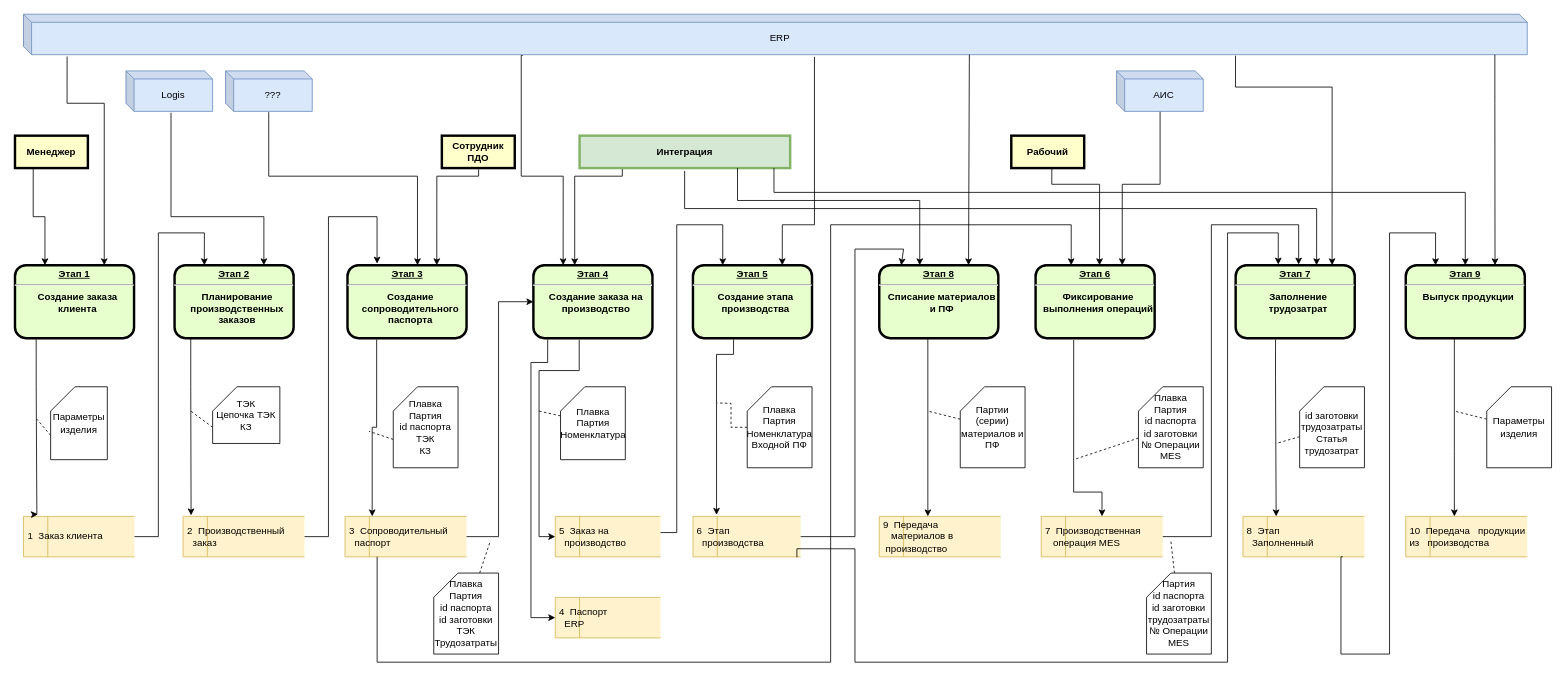
Before: VSMPO/models/Интеграция_ERP_АИС_DFD.drawio in sashok74/Rarus, a draw.io diagram. Source tidied: cells renumbered, new cells numbered last; positions are measured from the earlier drawing's top-left corner, leaving out a move shared by most shapes. Both pictures are drawn from the tidied source at 81%, with x=0, y=0 at pixel (15, 14).
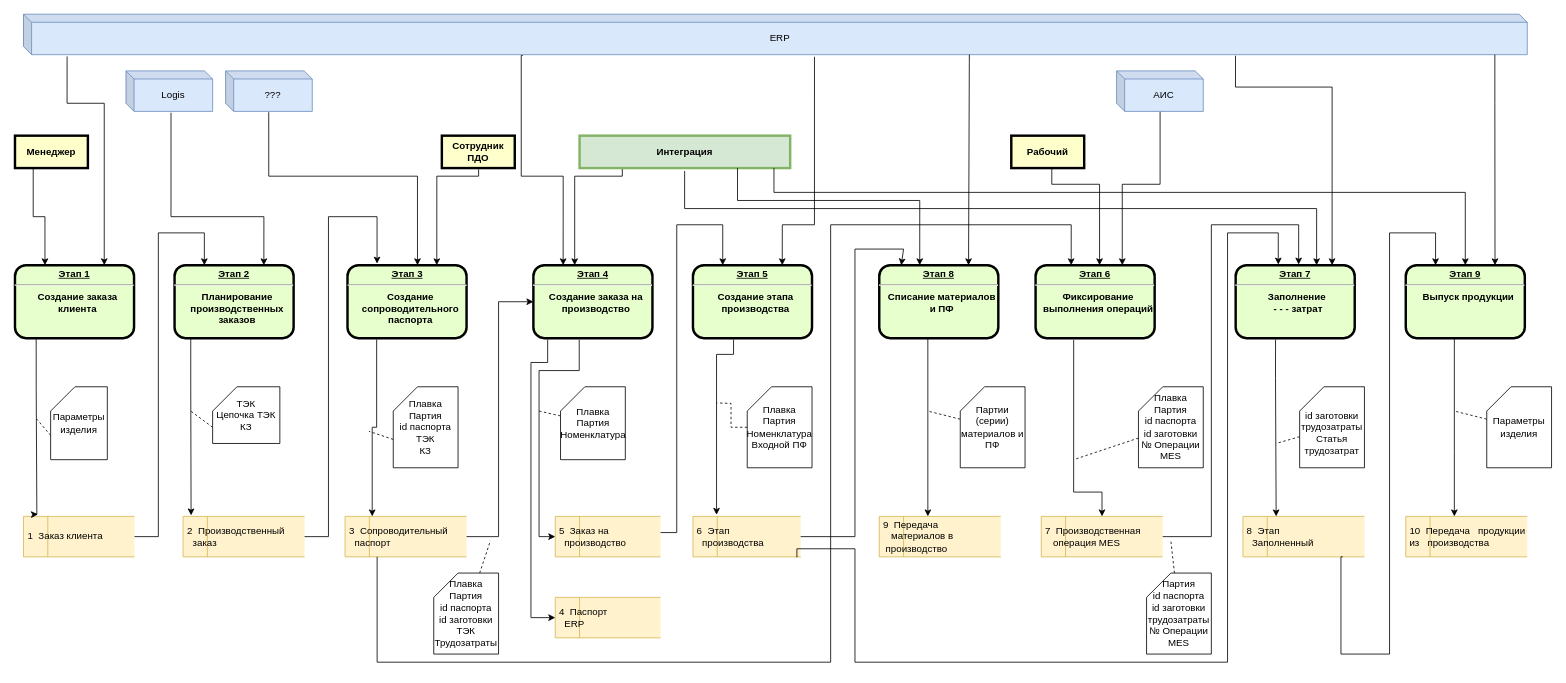
The same page after the edit.

Diff of the diagram source:
```diff
@@
-    <mxCell id="15" value="&lt;p style=&quot;margin: 0px; margin-top: 4px; text-align: center; text-decoration: underline;&quot;&gt;&lt;strong&gt;Этап 7&lt;/strong&gt;&lt;/p&gt;&lt;hr&gt;&lt;p style=&quot;margin: 0px; margin-left: 8px;&quot;&gt;Заполнение трудозатрат&lt;/p&gt;" style="verticalAlign=middle;align=center;overflow=fill;fontSize=12;fontFamily=Helvetica;html=1;rounded=1;fontStyle=1;strokeWidth=3;fillColor=#E6FFCC;whiteSpace=wrap;shadow=0;" parent="1" vertex="1">
+    <mxCell id="15" value="&lt;p style=&quot;margin: 0px; margin-top: 4px; text-align: center; text-decoration: underline;&quot;&gt;&lt;strong&gt;Этап 7&lt;/strong&gt;&lt;/p&gt;&lt;hr&gt;&lt;p style=&quot;margin: 0px; margin-left: 8px;&quot;&gt;Заполнение&amp;nbsp;&lt;/p&gt;&lt;p style=&quot;margin: 0px; margin-left: 8px;&quot;&gt;- - - затрат&lt;/p&gt;" style="verticalAlign=middle;align=center;overflow=fill;fontSize=12;fontFamily=Helvetica;html=1;rounded=1;fontStyle=1;strokeWidth=3;fillColor=#E6FFCC;whiteSpace=wrap;shadow=0;" parent="1" vertex="1">
       <mxGeometry x="1507" y="310" width="147" height="90" as="geometry" />
     </mxCell>
```
